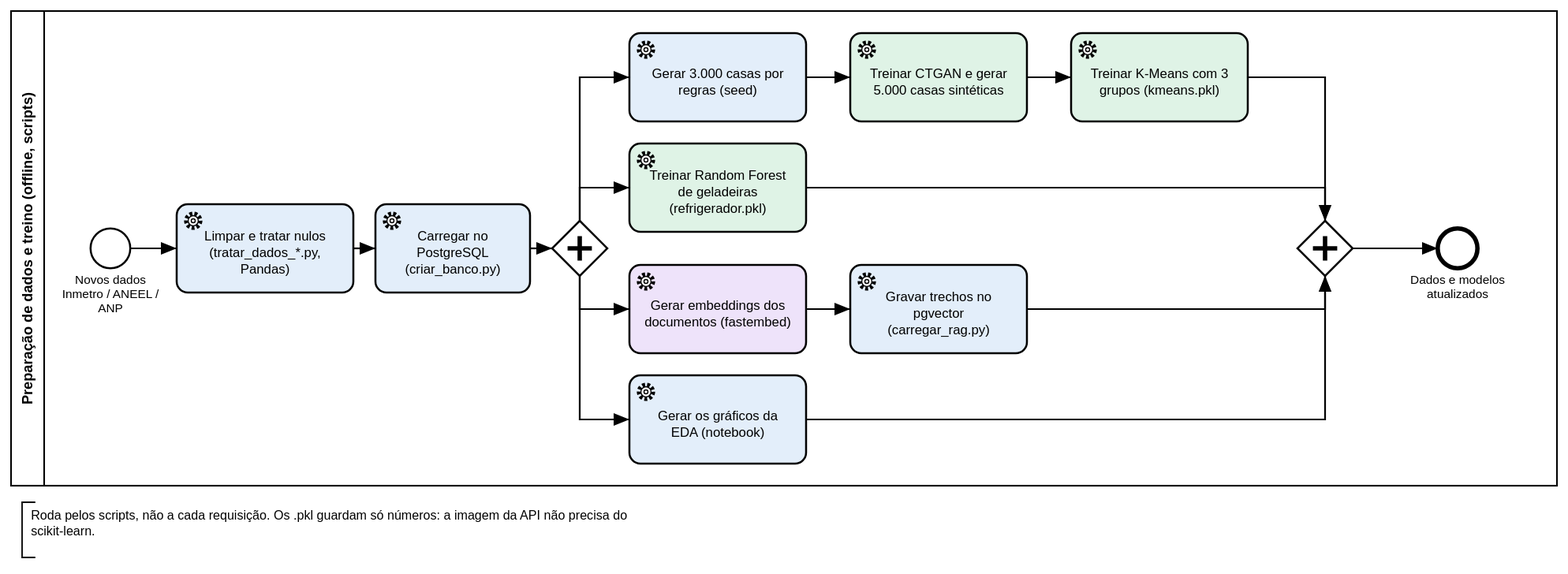
Above: docs/bpmn/5_treino_offline.svg in BrunoStainski/ProjetoTCS-2026 (BPMN), before the change. Its source is kept beside it as docs/bpmn/5_treino_offline.bpmn. Ids are renumbered.
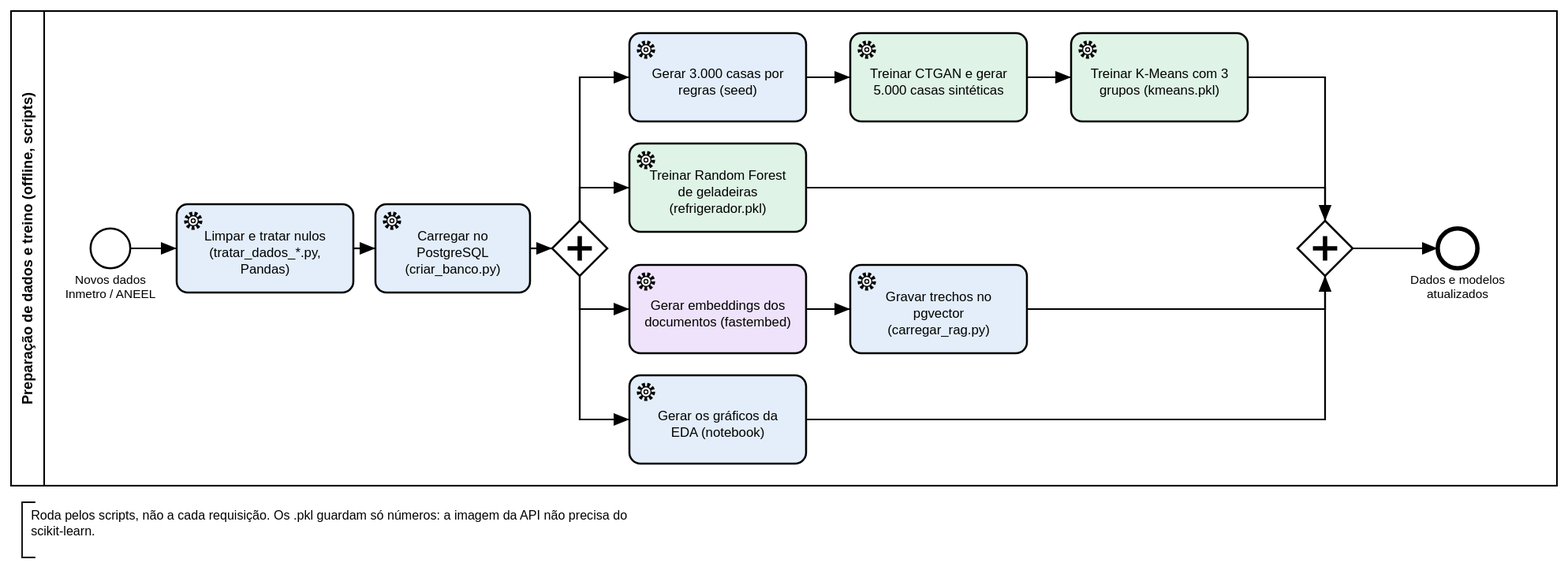
After the commit.

Commit message:
Tira a ANP do BPMN de treino offline e gera o PDF de novo

Change to the diagram source:
```diff
@@ -4,7 +4,7 @@
     <bpmn:textAnnotation id="N_saidas"><bpmn:text>Roda pelos scripts, não a cada requisição. Os .pkl guardam só números: a imagem da API não precisa do scikit-learn.</bpmn:text></bpmn:textAnnotation>
   </bpmn:collaboration>
   <bpmn:process id="Proc_P_Off" isExecutable="false">
-    <bpmn:startEvent id="ini" name="Novos dados Inmetro / ANEEL / ANP"><bpmn:outgoing>F_ini_limpar</bpmn:outgoing></bpmn:startEvent>
+    <bpmn:startEvent id="ini" name="Novos dados Inmetro / ANEEL"><bpmn:outgoing>F_ini_limpar</bpmn:outgoing></bpmn:startEvent>
     <bpmn:serviceTask id="limpar" name="Limpar e tratar nulos (tratar_dados_*.py, Pandas)"><bpmn:incoming>F_ini_limpar</bpmn:incoming><bpmn:outgoing>F_limpar_carregar</bpmn:outgoing></bpmn:serviceTask>
     <bpmn:serviceTask id="carregar" name="Carregar no PostgreSQL (criar_banco.py)"><bpmn:incoming>F_limpar_carregar</bpmn:incoming><bpmn:outgoing>F_carregar_abre</bpmn:outgoing></bpmn:serviceTask>
     <bpmn:parallelGateway id="abre"><bpmn:incoming>F_carregar_abre</bpmn:incoming><bpmn:outgoing>F_abre_seed</bpmn:outgoing><bpmn:outgoing>F_abre_rf</bpmn:outgoing><bpmn:outgoing>F_abre_emb</bpmn:outgoing><bpmn:outgoing>F_abre_eda</bpmn:outgoing></bpmn:parallelGateway>
```
